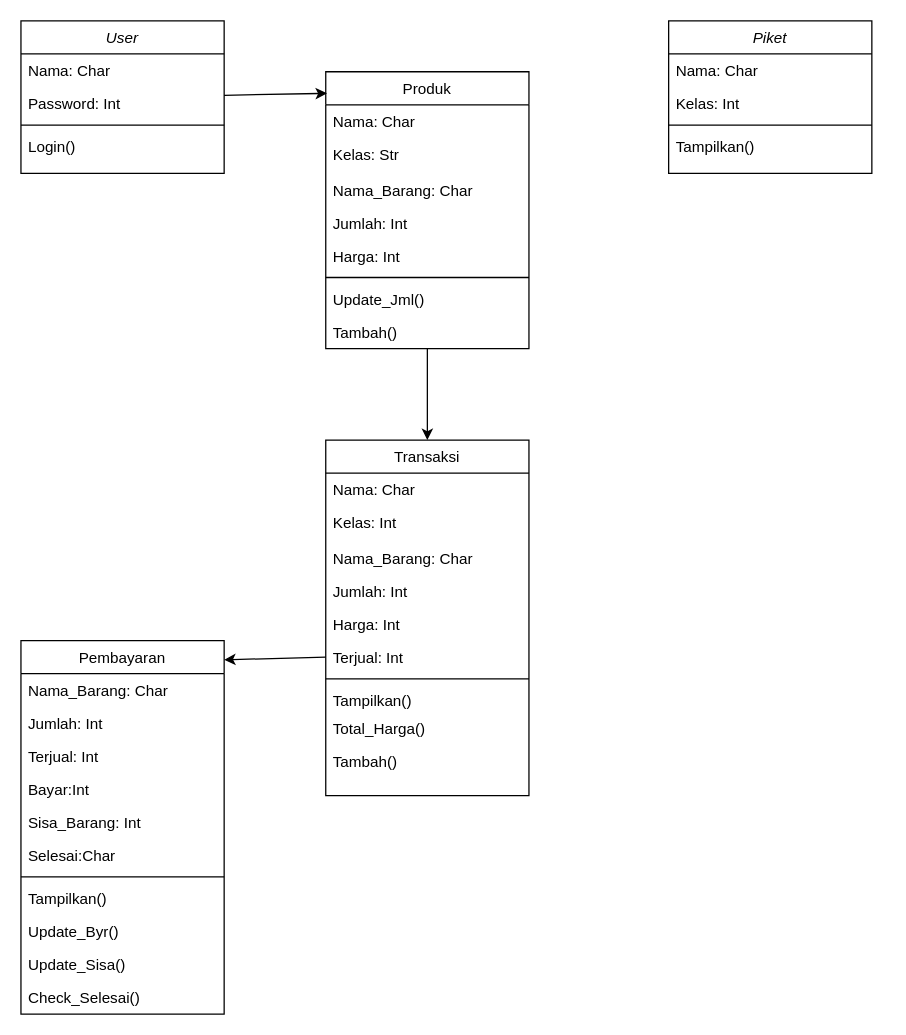
Above: class diagram.drawio in R-TSE-Real-Time-Software-Engineers/SPW-Canteen (draw.io), before the change. Source tidied: cells renumbered, new cells numbered last; positions are measured from the earlier drawing's top-left corner, leaving out a move shared by most shapes. Both pictures are drawn from the tidied source at 127%, with x=0, y=0 at pixel (20, 20).
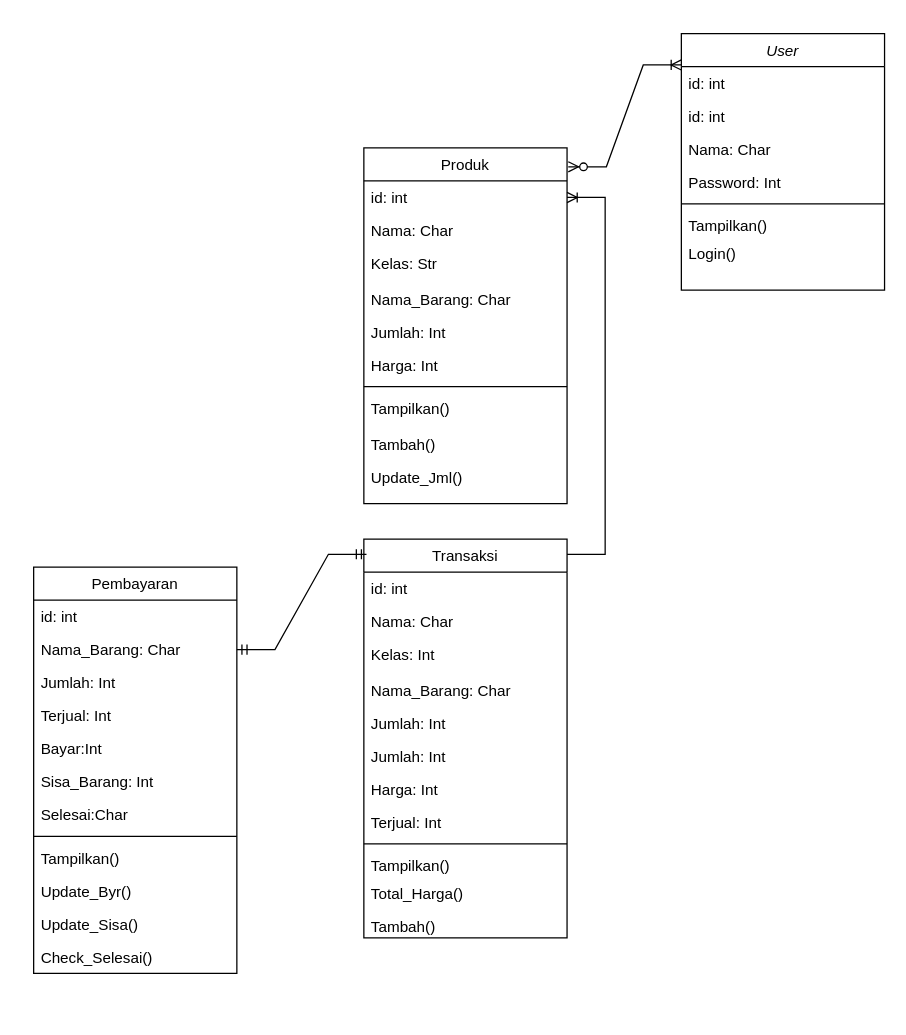
After the change.

The edit, as a diff of the source:
```diff
@@
     <mxCell id="2" value="User" style="swimlane;fontStyle=2;align=center;verticalAlign=top;horizontal=1;startSize=26;rounded=0;shadow=0;strokeWidth=1;" parent="1" vertex="1">
-      <mxGeometry width="160" height="120" as="geometry" />
+      <mxGeometry x="520" y="10" width="160" height="202" as="geometry" />
     </mxCell>
+    <mxCell id="47" value="id: int" style="text;align=left;verticalAlign=top;spacingLeft=4;spacingRight=4;overflow=hidden;rounded=0;shadow=0;html=0;" parent="2" vertex="1">
+      <mxGeometry y="26" width="160" height="26" as="geometry" />
+    </mxCell>
+    <mxCell id="48" value="id: int" style="text;align=left;verticalAlign=top;spacingLeft=4;spacingRight=4;overflow=hidden;rounded=0;shadow=0;html=0;" parent="2" vertex="1">
+      <mxGeometry y="52" width="160" height="26" as="geometry" />
+    </mxCell>
     <mxCell id="3" value="Nama: Char" style="text;align=left;verticalAlign=top;spacingLeft=4;spacingRight=4;overflow=hidden;" parent="2" vertex="1">
-      <mxGeometry y="26" width="160" height="26" as="geometry" />
+      <mxGeometry y="78" width="160" height="26" as="geometry" />
     </mxCell>
     <mxCell id="4" value="Password: Int" style="text;align=left;verticalAlign=top;spacingLeft=4;spacingRight=4;overflow=hidden;rounded=0;shadow=0;html=0;" parent="2" vertex="1">
-      <mxGeometry y="52" width="160" height="26" as="geometry" />
+      <mxGeometry y="104" width="160" height="26" as="geometry" />
     </mxCell>
     <mxCell id="5" style="line;html=1;strokeWidth=1;align=left;verticalAlign=middle;spacingTop=-1;spacingLeft=3;spacingRight=3;labelPosition=right;" parent="2" vertex="1">
-      <mxGeometry y="78" width="160" height="8" as="geometry" />
+      <mxGeometry y="130" width="160" height="8" as="geometry" />
     </mxCell>
-    <mxCell id="6" value="Login()" style="text;align=left;verticalAlign=top;spacingLeft=4;spacingRight=4;overflow=hidden;" parent="2" vertex="1">
-      <mxGeometry y="86" width="160" height="26" as="geometry" />
+    <mxCell id="6" value="Tampilkan()" style="text;align=left;verticalAlign=top;spacingLeft=4;spacingRight=4;overflow=hidden;" parent="2" vertex="1">
+      <mxGeometry y="138" width="160" height="22" as="geometry" />
     </mxCell>
+    <mxCell id="49" value="Login()" style="text;align=left;verticalAlign=top;spacingLeft=4;spacingRight=4;overflow=hidden;" parent="2" vertex="1">
+      <mxGeometry y="160" width="160" height="22" as="geometry" />
+    </mxCell>
     <mxCell id="7" value="Produk" style="swimlane;fontStyle=0;align=center;verticalAlign=top;horizontal=1;startSize=26;rounded=0;shadow=0;strokeWidth=1;" parent="1" vertex="1">
-      <mxGeometry x="240" y="40" width="160" height="218" as="geometry" />
+      <mxGeometry x="270" y="100" width="160" height="280" as="geometry" />
     </mxCell>
-    <mxCell id="8" value="Nama: Char" style="text;align=left;verticalAlign=top;spacingLeft=4;spacingRight=4;overflow=hidden;points=[[0,0.5],[1,0.5]];portConstraint=eastwest;" parent="7" vertex="1">
+    <mxCell id="8" value="id: int" style="text;align=left;verticalAlign=top;spacingLeft=4;spacingRight=4;overflow=hidden;points=[[0,0.5],[1,0.5]];portConstraint=eastwest;" parent="7" vertex="1">
       <mxGeometry y="26" width="160" height="26" as="geometry" />
     </mxCell>
+    <mxCell id="50" value="Nama: Char" style="text;align=left;verticalAlign=top;spacingLeft=4;spacingRight=4;overflow=hidden;" parent="7" vertex="1">
+      <mxGeometry y="52" width="160" height="26" as="geometry" />
+    </mxCell>
     <mxCell id="9" value="Kelas: Str" style="text;align=left;verticalAlign=top;spacingLeft=4;spacingRight=4;overflow=hidden;rounded=0;shadow=0;html=0;" parent="7" vertex="1">
-      <mxGeometry y="52" width="160" height="28" as="geometry" />
+      <mxGeometry y="78" width="160" height="28" as="geometry" />
     </mxCell>
     <mxCell id="10" value="Nama_Barang: Char" style="text;align=left;verticalAlign=top;spacingLeft=4;spacingRight=4;overflow=hidden;rounded=0;shadow=0;html=0;" parent="7" vertex="1">
-      <mxGeometry y="80" width="160" height="26" as="geometry" />
+      <mxGeometry y="106" width="160" height="26" as="geometry" />
     </mxCell>
     <mxCell id="11" value="Jumlah: Int" style="text;align=left;verticalAlign=top;spacingLeft=4;spacingRight=4;overflow=hidden;rounded=0;shadow=0;html=0;" parent="7" vertex="1">
-      <mxGeometry y="106" width="160" height="26" as="geometry" />
+      <mxGeometry y="132" width="160" height="26" as="geometry" />
     </mxCell>
     <mxCell id="12" value="Harga: Int" style="text;align=left;verticalAlign=top;spacingLeft=4;spacingRight=4;overflow=hidden;rounded=0;shadow=0;html=0;" parent="7" vertex="1">
-      <mxGeometry y="132" width="160" height="26" as="geometry" />
+      <mxGeometry y="158" width="160" height="26" as="geometry" />
     </mxCell>
     <mxCell id="13" style="line;html=1;strokeWidth=1;align=left;verticalAlign=middle;spacingTop=-1;spacingLeft=3;spacingRight=3;labelPosition=right;" parent="7" vertex="1">
-      <mxGeometry y="158" width="160" height="8" as="geometry" />
+      <mxGeometry y="184" width="160" height="8" as="geometry" />
     </mxCell>
+    <mxCell id="20" value="Tampilkan()" style="text;align=left;verticalAlign=top;spacingLeft=4;spacingRight=4;overflow=hidden;" parent="7" vertex="1">
+      <mxGeometry y="192" width="160" height="28" as="geometry" />
+    </mxCell>
+    <mxCell id="15" value="Tambah()" style="text;align=left;verticalAlign=top;spacingLeft=4;spacingRight=4;overflow=hidden;points=[[0,0.5],[1,0.5]];portConstraint=eastwest;" parent="7" vertex="1">
+      <mxGeometry y="220" width="160" height="26" as="geometry" />
+    </mxCell>
     <mxCell id="14" value="Update_Jml()" style="text;align=left;verticalAlign=top;spacingLeft=4;spacingRight=4;overflow=hidden;" parent="7" vertex="1">
-      <mxGeometry y="166" width="160" height="26" as="geometry" />
+      <mxGeometry y="246" width="160" height="26" as="geometry" />
     </mxCell>
-    <mxCell id="15" value="Tambah()" style="text;align=left;verticalAlign=top;spacingLeft=4;spacingRight=4;overflow=hidden;points=[[0,0.5],[1,0.5]];portConstraint=eastwest;" parent="7" vertex="1">
-      <mxGeometry y="192" width="160" height="26" as="geometry" />
-    </mxCell>
-    <mxCell id="16" value="Piket" style="swimlane;fontStyle=2;align=center;verticalAlign=top;horizontal=1;startSize=26;rounded=0;shadow=0;strokeWidth=1;" parent="1" vertex="1">
-      <mxGeometry x="510" width="160" height="120" as="geometry" />
-    </mxCell>
-    <mxCell id="17" value="Nama: Char" style="text;align=left;verticalAlign=top;spacingLeft=4;spacingRight=4;overflow=hidden;" parent="16" vertex="1">
-      <mxGeometry y="26" width="160" height="26" as="geometry" />
-    </mxCell>
-    <mxCell id="18" value="Kelas: Int" style="text;align=left;verticalAlign=top;spacingLeft=4;spacingRight=4;overflow=hidden;rounded=0;shadow=0;html=0;" parent="16" vertex="1">
-      <mxGeometry y="52" width="160" height="26" as="geometry" />
-    </mxCell>
-    <mxCell id="19" style="line;html=1;strokeWidth=1;align=left;verticalAlign=middle;spacingTop=-1;spacingLeft=3;spacingRight=3;labelPosition=right;" parent="16" vertex="1">
-      <mxGeometry y="78" width="160" height="8" as="geometry" />
-    </mxCell>
-    <mxCell id="20" value="Tampilkan()&#10;" style="text;align=left;verticalAlign=top;spacingLeft=4;spacingRight=4;overflow=hidden;" parent="16" vertex="1">
-      <mxGeometry y="86" width="160" height="26" as="geometry" />
-    </mxCell>
     <mxCell id="21" value="Transaksi" style="swimlane;fontStyle=0;align=center;verticalAlign=top;horizontal=1;startSize=26;rounded=0;shadow=0;strokeWidth=1;" parent="1" vertex="1">
-      <mxGeometry x="240" y="330" width="160" height="280" as="geometry" />
+      <mxGeometry x="270" y="408" width="160" height="314" as="geometry" />
     </mxCell>
-    <mxCell id="22" value="Nama: Char" style="text;align=left;verticalAlign=top;spacingLeft=4;spacingRight=4;overflow=hidden;" parent="21" vertex="1">
+    <mxCell id="22" value="id: int" style="text;align=left;verticalAlign=top;spacingLeft=4;spacingRight=4;overflow=hidden;" parent="21" vertex="1">
       <mxGeometry y="26" width="160" height="26" as="geometry" />
     </mxCell>
+    <mxCell id="51" value="Nama: Char" style="text;align=left;verticalAlign=top;spacingLeft=4;spacingRight=4;overflow=hidden;" parent="21" vertex="1">
+      <mxGeometry y="52" width="160" height="26" as="geometry" />
+    </mxCell>
     <mxCell id="23" value="Kelas: Int" style="text;align=left;verticalAlign=top;spacingLeft=4;spacingRight=4;overflow=hidden;rounded=0;shadow=0;html=0;" parent="21" vertex="1">
-      <mxGeometry y="52" width="160" height="28" as="geometry" />
+      <mxGeometry y="78" width="160" height="28" as="geometry" />
     </mxCell>
     <mxCell id="24" value="Nama_Barang: Char" style="text;align=left;verticalAlign=top;spacingLeft=4;spacingRight=4;overflow=hidden;rounded=0;shadow=0;html=0;" parent="21" vertex="1">
-      <mxGeometry y="80" width="160" height="26" as="geometry" />
+      <mxGeometry y="106" width="160" height="26" as="geometry" />
     </mxCell>
+    <mxCell id="52" value="Jumlah: Int" style="text;align=left;verticalAlign=top;spacingLeft=4;spacingRight=4;overflow=hidden;rounded=0;shadow=0;html=0;" parent="21" vertex="1">
+      <mxGeometry y="132" width="160" height="26" as="geometry" />
+    </mxCell>
     <mxCell id="25" value="Jumlah: Int" style="text;align=left;verticalAlign=top;spacingLeft=4;spacingRight=4;overflow=hidden;rounded=0;shadow=0;html=0;" parent="21" vertex="1">
-      <mxGeometry y="106" width="160" height="26" as="geometry" />
+      <mxGeometry y="158" width="160" height="26" as="geometry" />
     </mxCell>
     <mxCell id="26" value="Harga: Int" style="text;align=left;verticalAlign=top;spacingLeft=4;spacingRight=4;overflow=hidden;rounded=0;shadow=0;html=0;" parent="21" vertex="1">
-      <mxGeometry y="132" width="160" height="26" as="geometry" />
+      <mxGeometry y="184" width="160" height="26" as="geometry" />
     </mxCell>
     <mxCell id="27" value="Terjual: Int" style="text;align=left;verticalAlign=top;spacingLeft=4;spacingRight=4;overflow=hidden;points=[[0,0.5],[1,0.5]];portConstraint=eastwest;rounded=0;shadow=0;html=0;" parent="21" vertex="1">
-      <mxGeometry y="158" width="160" height="26" as="geometry" />
+      <mxGeometry y="210" width="160" height="26" as="geometry" />
     </mxCell>
     <mxCell id="28" style="line;html=1;strokeWidth=1;align=left;verticalAlign=middle;spacingTop=-1;spacingLeft=3;spacingRight=3;labelPosition=right;" parent="21" vertex="1">
-      <mxGeometry y="184" width="160" height="8" as="geometry" />
+      <mxGeometry y="236" width="160" height="8" as="geometry" />
     </mxCell>
     <mxCell id="29" value="Tampilkan()" style="text;align=left;verticalAlign=top;spacingLeft=4;spacingRight=4;overflow=hidden;" parent="21" vertex="1">
-      <mxGeometry y="192" width="160" height="22" as="geometry" />
+      <mxGeometry y="244" width="160" height="22" as="geometry" />
     </mxCell>
     <mxCell id="30" value="Total_Harga()" style="text;align=left;verticalAlign=top;spacingLeft=4;spacingRight=4;overflow=hidden;" parent="21" vertex="1">
-      <mxGeometry y="214" width="160" height="26" as="geometry" />
+      <mxGeometry y="266" width="160" height="26" as="geometry" />
     </mxCell>
     <mxCell id="31" value="Tambah()" style="text;align=left;verticalAlign=top;spacingLeft=4;spacingRight=4;overflow=hidden;" parent="21" vertex="1">
-      <mxGeometry y="240" width="160" height="22" as="geometry" />
+      <mxGeometry y="292" width="160" height="22" as="geometry" />
     </mxCell>
     <mxCell id="32" value="Pembayaran" style="swimlane;fontStyle=0;align=center;verticalAlign=top;horizontal=1;startSize=26;rounded=0;shadow=0;strokeWidth=1;" parent="1" vertex="1">
-      <mxGeometry y="488" width="160" height="294" as="geometry" />
+      <mxGeometry x="10" y="430" width="160" height="320" as="geometry" />
     </mxCell>
+    <mxCell id="53" value="id: int" style="text;align=left;verticalAlign=top;spacingLeft=4;spacingRight=4;overflow=hidden;rounded=0;shadow=0;html=0;" parent="32" vertex="1">
+      <mxGeometry y="26" width="160" height="26" as="geometry" />
+    </mxCell>
     <mxCell id="33" value="Nama_Barang: Char" style="text;align=left;verticalAlign=top;spacingLeft=4;spacingRight=4;overflow=hidden;points=[[0,0.5],[1,0.5]];portConstraint=eastwest;rounded=0;shadow=0;html=0;" parent="32" vertex="1">
-      <mxGeometry y="26" width="160" height="26" as="geometry" />
+      <mxGeometry y="52" width="160" height="26" as="geometry" />
     </mxCell>
     <mxCell id="34" value="Jumlah: Int" style="text;align=left;verticalAlign=top;spacingLeft=4;spacingRight=4;overflow=hidden;rounded=0;shadow=0;html=0;" parent="32" vertex="1">
-      <mxGeometry y="52" width="160" height="26" as="geometry" />
+      <mxGeometry y="78" width="160" height="26" as="geometry" />
     </mxCell>
     <mxCell id="35" value="Terjual: Int" style="text;align=left;verticalAlign=top;spacingLeft=4;spacingRight=4;overflow=hidden;rounded=0;shadow=0;html=0;" parent="32" vertex="1">
-      <mxGeometry y="78" width="160" height="26" as="geometry" />
+      <mxGeometry y="104" width="160" height="26" as="geometry" />
     </mxCell>
     <mxCell id="36" value="Bayar:Int" style="text;align=left;verticalAlign=top;spacingLeft=4;spacingRight=4;overflow=hidden;rounded=0;shadow=0;html=0;" parent="32" vertex="1">
-      <mxGeometry y="104" width="160" height="26" as="geometry" />
+      <mxGeometry y="130" width="160" height="26" as="geometry" />
     </mxCell>
     <mxCell id="37" value="Sisa_Barang: Int" style="text;align=left;verticalAlign=top;spacingLeft=4;spacingRight=4;overflow=hidden;rounded=0;shadow=0;html=0;" parent="32" vertex="1">
-      <mxGeometry y="130" width="160" height="26" as="geometry" />
+      <mxGeometry y="156" width="160" height="26" as="geometry" />
     </mxCell>
     <mxCell id="38" value="Selesai:Char" style="text;align=left;verticalAlign=top;spacingLeft=4;spacingRight=4;overflow=hidden;rounded=0;shadow=0;html=0;" parent="32" vertex="1">
-      <mxGeometry y="156" width="160" height="26" as="geometry" />
+      <mxGeometry y="182" width="160" height="26" as="geometry" />
     </mxCell>
     <mxCell id="39" style="line;html=1;strokeWidth=1;align=left;verticalAlign=middle;spacingTop=-1;spacingLeft=3;spacingRight=3;labelPosition=right;" parent="32" vertex="1">
-      <mxGeometry y="182" width="160" height="8" as="geometry" />
+      <mxGeometry y="208" width="160" height="8" as="geometry" />
     </mxCell>
     <mxCell id="40" value="Tampilkan()" style="text;align=left;verticalAlign=top;spacingLeft=4;spacingRight=4;overflow=hidden;" parent="32" vertex="1">
-      <mxGeometry y="190" width="160" height="26" as="geometry" />
+      <mxGeometry y="216" width="160" height="26" as="geometry" />
     </mxCell>
     <mxCell id="41" value="Update_Byr()" style="text;align=left;verticalAlign=top;spacingLeft=4;spacingRight=4;overflow=hidden;" parent="32" vertex="1">
-      <mxGeometry y="216" width="160" height="26" as="geometry" />
+      <mxGeometry y="242" width="160" height="26" as="geometry" />
     </mxCell>
     <mxCell id="42" value="Update_Sisa()" style="text;align=left;verticalAlign=top;spacingLeft=4;spacingRight=4;overflow=hidden;" parent="32" vertex="1">
-      <mxGeometry y="242" width="160" height="26" as="geometry" />
+      <mxGeometry y="268" width="160" height="26" as="geometry" />
     </mxCell>
     <mxCell id="43" value="Check_Selesai()" style="text;align=left;verticalAlign=top;spacingLeft=4;spacingRight=4;overflow=hidden;" parent="32" vertex="1">
-      <mxGeometry y="268" width="160" height="26" as="geometry" />
+      <mxGeometry y="294" width="160" height="26" as="geometry" />
     </mxCell>
-    <mxCell id="44" style="endArrow=classic;html=1;rounded=0;entryX=0.5;entryY=0;entryDx=0;entryDy=0;" parent="1" edge="1" source="15" target="21">
-      <mxGeometry relative="1" as="geometry" />
-    </mxCell>
-    <mxCell id="45" style="endArrow=classic;html=1;rounded=0;entryX=0.006;entryY=0.078;entryDx=0;entryDy=0;entryPerimeter=0;" parent="1" edge="1" source="2" target="7">
-      <mxGeometry relative="1" as="geometry" />
-    </mxCell>
-    <mxCell id="46" style="endArrow=classic;html=1;rounded=0;entryX=1;entryY=0.051;entryDx=0;entryDy=0;entryPerimeter=0;exitX=0;exitY=0.5;exitDx=0;exitDy=0;" parent="1" edge="1" source="27" target="32">
-      <mxGeometry relative="1" as="geometry" />
-    </mxCell>
+    <mxCell id="54" style="edgeStyle=entityRelationEdgeStyle;fontSize=12;html=1;endArrow=ERmandOne;startArrow=ERmandOne;rounded=0;exitX=1;exitY=0.5;exitDx=0;exitDy=0;entryX=0.013;entryY=0.038;entryDx=0;entryDy=0;entryPerimeter=0;" parent="1" edge="1" source="33" target="21">
+      <mxGeometry relative="1" as="geometry" />
+    </mxCell>
+    <mxCell id="55" style="edgeStyle=entityRelationEdgeStyle;fontSize=12;html=1;endArrow=ERoneToMany;startArrow=ERzeroToMany;rounded=0;exitX=1.006;exitY=0.053;exitDx=0;exitDy=0;exitPerimeter=0;entryX=0;entryY=0.122;entryDx=0;entryDy=0;entryPerimeter=0;" parent="1" edge="1" source="7" target="2">
+      <mxGeometry relative="1" as="geometry">
+        <Array as="points">
+          <mxPoint x="300" y="-48" />
+        </Array>
+      </mxGeometry>
+    </mxCell>
+    <mxCell id="56" style="edgeStyle=entityRelationEdgeStyle;fontSize=12;html=1;endArrow=ERoneToMany;rounded=0;entryX=1;entryY=0.5;entryDx=0;entryDy=0;" parent="1" edge="1" target="8">
+      <mxGeometry relative="1" as="geometry">
+        <mxPoint x="430" y="420" as="sourcePoint" />
+        <Array as="points">
+          <mxPoint x="110" y="280" />
+        </Array>
+      </mxGeometry>
+    </mxCell>
```
